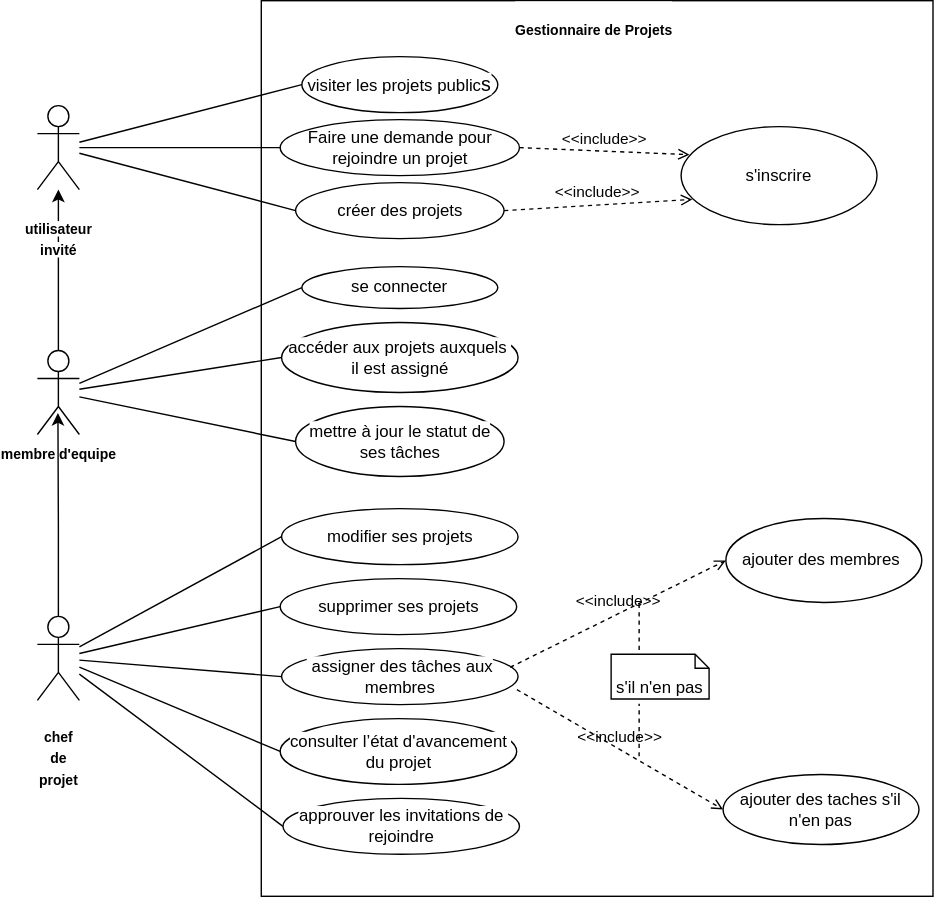
Earlier version of the draw.io export UML Diagrams/use_case.svg (Youcode-Classe-E-2024-2025/Ayoub_Akraou-Project). Source tidied: cells renumbered, new cells last; positions are measured from the earlier drawing's top-left corner, leaving out a move shared by most shapes.
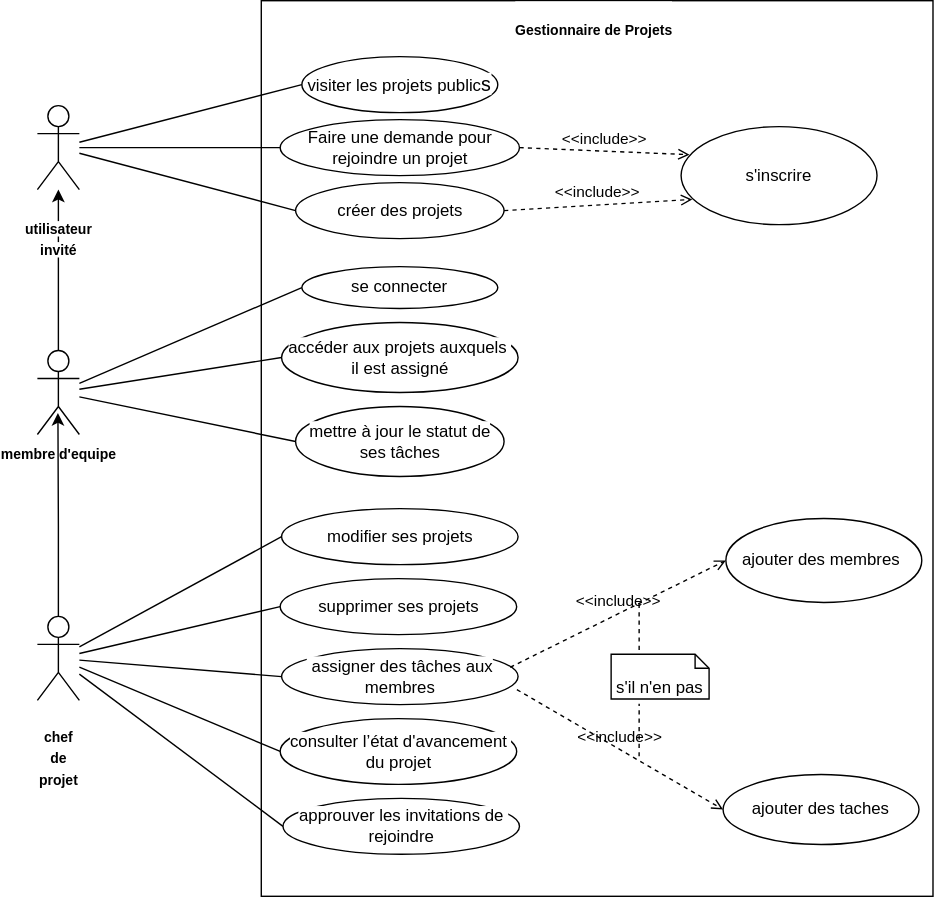
Later version of the same file.

Commit message:
mettre a jour les diagrams UML

What changed in the source:
```diff
@@ -101,7 +101,7 @@
     <mxCell id="34" value="&lt;font style=&quot;font-size: 10px;&quot;&gt;&lt;b&gt;membre d'equipe&lt;/b&gt;&lt;/font&gt;" style="shape=umlActor;html=1;verticalLabelPosition=bottom;verticalAlign=top;align=center;" parent="1" vertex="1">
       <mxGeometry y="250" width="30" height="60" as="geometry" />
     </mxCell>
-    <mxCell id="35" value="&lt;div style=&quot;&quot;&gt;ajouter des taches s'il n'en pas&lt;/div&gt;" style="ellipse;whiteSpace=wrap;html=1;align=center;" parent="1" vertex="1">
+    <mxCell id="35" value="&lt;div style=&quot;&quot;&gt;ajouter des taches&lt;/div&gt;" style="ellipse;whiteSpace=wrap;html=1;align=center;" parent="1" vertex="1">
       <mxGeometry x="490" y="553" width="140" height="50" as="geometry" />
     </mxCell>
     <mxCell id="36" value="&amp;lt;&amp;lt;include&amp;gt;&amp;gt;" style="edgeStyle=none;html=1;endArrow=open;verticalAlign=bottom;dashed=1;labelBackgroundColor=none;rounded=0;entryX=0;entryY=0.5;entryDx=0;entryDy=0;exitX=0.995;exitY=0.733;exitDx=0;exitDy=0;exitPerimeter=0;" parent="1" edge="1" source="25" target="35">
```
